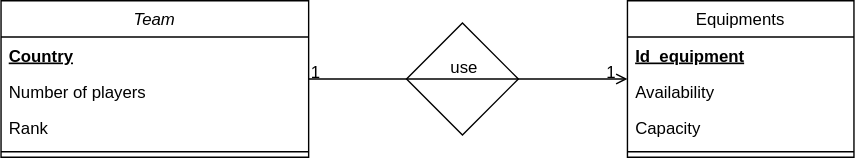
The draw.io diagram OWWC_structure.drawio.svg in adamadong/OWWC_en_Django, before a commit. Source tidied: cells renumbered, new cells last; positions are measured from the earlier drawing's top-left corner, leaving out a move shared by most shapes.
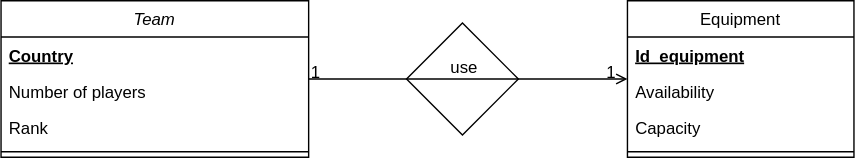
The same diagram one commit later.

The edit, as a diff of the source:
```diff
@@ -20,7 +20,7 @@
     <mxCell id="7" style="line;html=1;strokeWidth=1;align=left;verticalAlign=middle;spacingTop=-1;spacingLeft=3;spacingRight=3;labelPosition=right;" parent="3" vertex="1">
       <mxGeometry y="104" width="220" height="8" as="geometry" />
     </mxCell>
-    <mxCell id="8" value="Equipments" style="swimlane;fontStyle=0;align=center;verticalAlign=top;horizontal=1;startSize=26;rounded=0;shadow=0;strokeWidth=1;" parent="1" vertex="1">
+    <mxCell id="8" value="Equipment" style="swimlane;fontStyle=0;align=center;verticalAlign=top;horizontal=1;startSize=26;rounded=0;shadow=0;strokeWidth=1;" parent="1" vertex="1">
       <mxGeometry x="448" width="162" height="112" as="geometry" />
     </mxCell>
     <mxCell id="9" value="Id_equipment" style="text;align=left;verticalAlign=top;spacingLeft=4;spacingRight=4;overflow=hidden;fontStyle=5;" parent="8" vertex="1">
```
